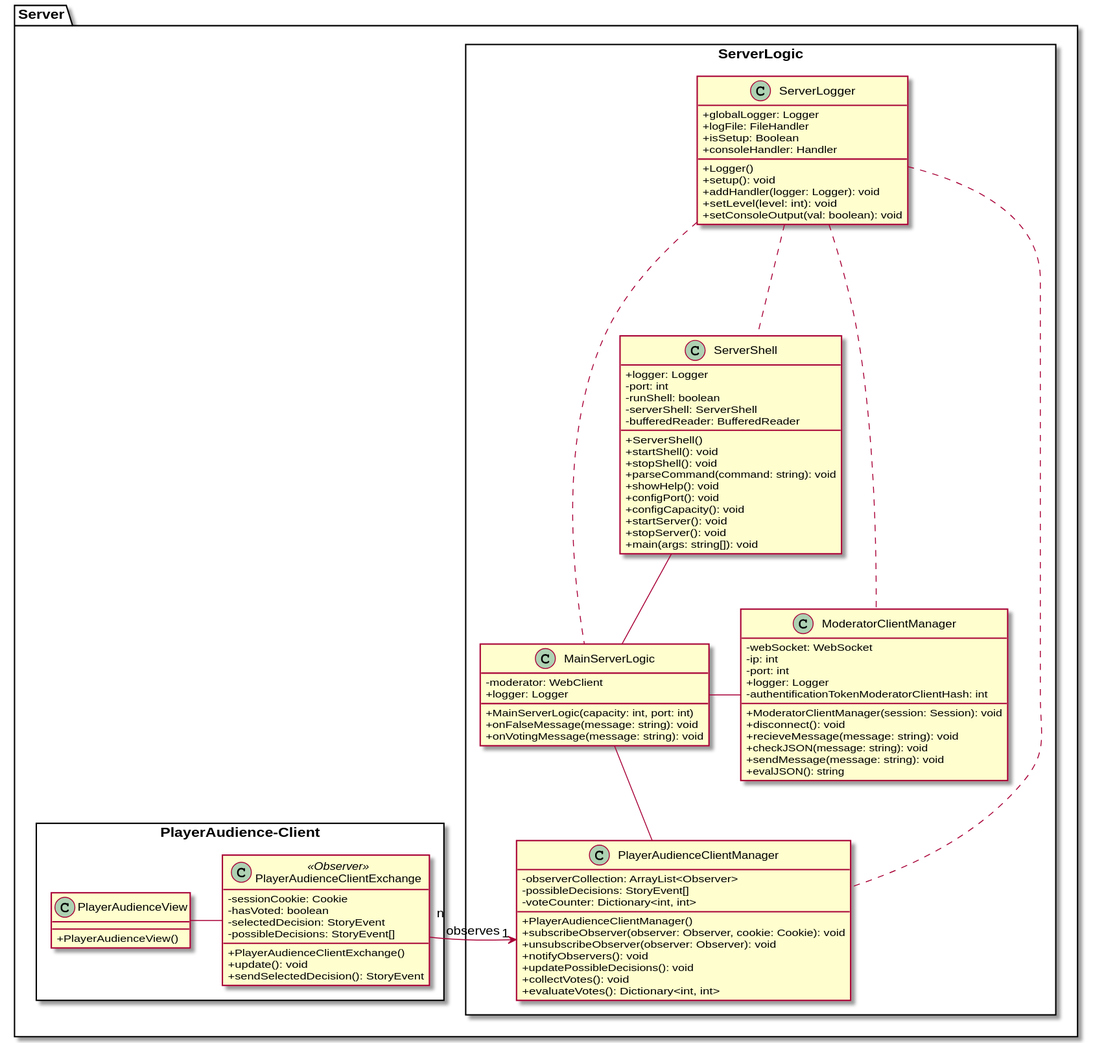
Brotenko/QualityQuest keeps this PlantUML diagram as Docs/Technical Specifications/docs/diagrams/ClassDiagrams/ServerClassDiagram.svg. Above is the earlier version.
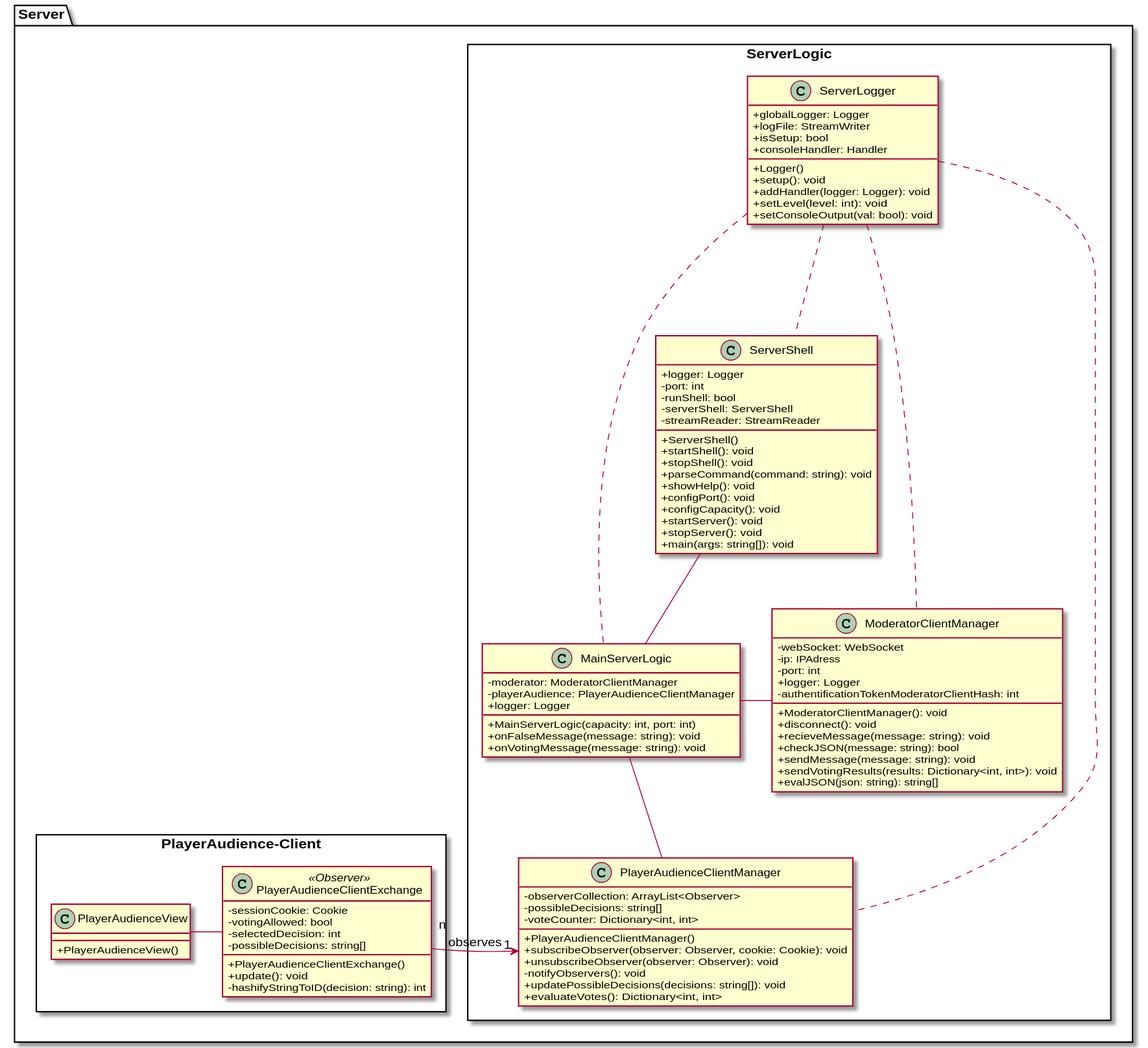
The same file after the commit.

The edit, as a diff of the source:
```diff
@@ -8,9 +8,9 @@
     class "ServerShell" as ss {
       {field} +logger: Logger
       {field} -port: int
-      {field} -runShell: boolean
+      {field} -runShell: bool
       {field} -serverShell: ServerShell
-      {field} -bufferedReader: BufferedReader
+      {field} -streamReader: StreamReader
       {method} +ServerShell()
       {method} +startShell(): void
       {method} +stopShell(): void
@@ -25,21 +25,23 @@
 
     class "ModeratorClientManager" as cm {
       {field} -webSocket: WebSocket
-      {field} -ip: int
+      {field} -ip: IPAdress
       {field} -port: int
       {field} +logger: Logger
       {field} -authentificationTokenModeratorClientHash: int
-      {method} +ModeratorClientManager(session: Session): void
+      {method} +ModeratorClientManager(): void
       {method} +disconnect(): void
       {method} +recieveMessage(message: string): void
-      {method} +checkJSON(message: string): void
+      {method} +checkJSON(message: string): bool
       {method} +sendMessage(message: string): void
-      {method} +evalJSON(): string
+      {method} +sendVotingResults(results: Dictionary<int, int>): void
+      {method} +evalJSON(json: string): string[]
 
     }
 
     class "MainServerLogic" as msl {
-      {field} -moderator: WebClient
+      {field} -moderator: ModeratorClientManager
+      {field} -playerAudience: PlayerAudienceClientManager
       {field} +logger: Logger
       {method} +MainServerLogic(capacity: int, port: int)
       {method} +onFalseMessage(message: string): void
@@ -49,38 +51,37 @@
 
     class "PlayerAudienceClientManager" as api {
         {field} -observerCollection: ArrayList<Observer>
-        {field} -possibleDecisions: StoryEvent[]
+        {field} -possibleDecisions: string[]
         {field} -voteCounter: Dictionary<int, int>
         {method} +PlayerAudienceClientManager()
         {method} +subscribeObserver(observer: Observer, cookie: Cookie): void
         {method} +unsubscribeObserver(observer: Observer): void
-        {method} +notifyObservers(): void
-        {method} +updatePossibleDecisions(): void
-        {method} +collectVotes(): void
+        {method} -notifyObservers(): void
+        {method} +updatePossibleDecisions(decisions: string[]): void
         {method} +evaluateVotes(): Dictionary<int, int>
   }
 
     class "ServerLogger" as sl {
       {field} +globalLogger: Logger
-      {field} +logFile: FileHandler
-      {field} +isSetup: Boolean
+      {field} +logFile: StreamWriter
+      {field} +isSetup: bool
       {field} +consoleHandler: Handler
       {method} +Logger()
       {method} +setup(): void
       {method} +addHandler(logger: Logger): void
       {method} +setLevel(level: int): void
-      {method} +setConsoleOutput(val: boolean): void
+      {method} +setConsoleOutput(val: bool): void
     }
   }
   package "PlayerAudience-Client" <<Rectangle>>{
     class "PlayerAudienceClientExchange" as pace <<Observer>>{
       {field} -sessionCookie: Cookie
-      {field} -hasVoted: boolean
-      {field} -selectedDecision: StoryEvent
-      {field} -possibleDecisions: StoryEvent[]
+      {field} -votingAllowed: bool
+      {field} -selectedDecision: int
+      {field} -possibleDecisions: string[]
       {method} +PlayerAudienceClientExchange()
       {method} +update(): void
-      {method} +sendSelectedDecision(): StoryEvent
+      {method} -hashifyStringToID(decision: string): int
     }
 
     class "PlayerAudienceView" as pav {
```
